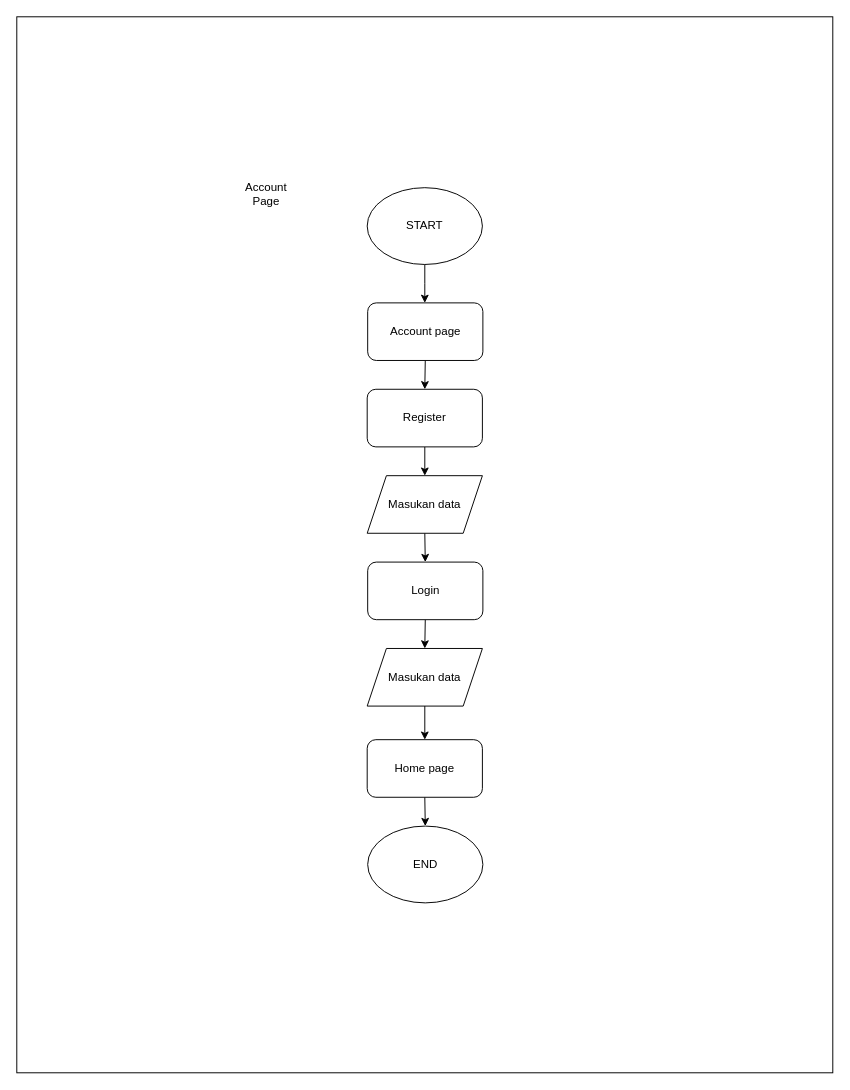
Before: page "pemilikAccount" (2 of 7) of Untitled Diagram.drawio in dekuwimasnto/KUMAPU, a draw.io diagram. Source tidied: cells renumbered, new cells numbered last; positions are measured from the earlier drawing's top-left corner, leaving out a move shared by most shapes. Both pictures are drawn from the tidied source at 96%, with x=0, y=0 at pixel (16, 16).
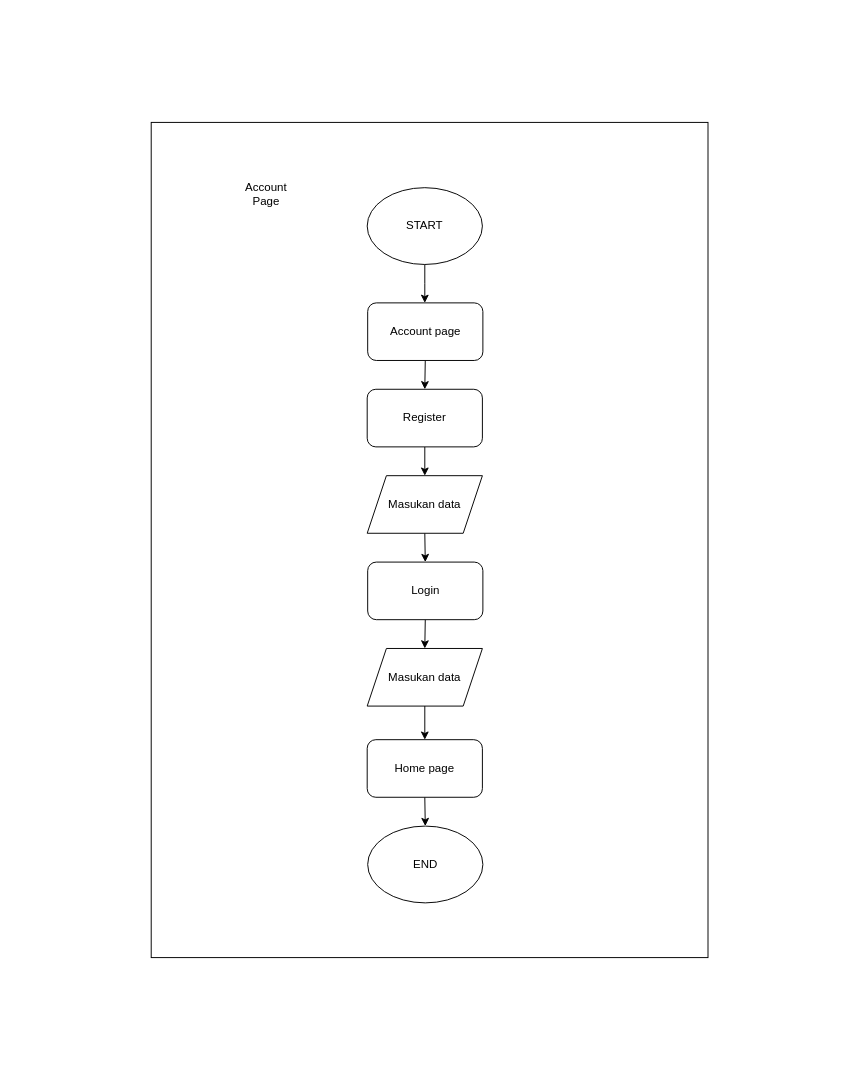
The same page after the edit.

Change to the diagram source:
```diff
@@
 <mxGraphModel>
   <root>
     <mxCell id="0" />
     <mxCell id="1" parent="0" />
-    <mxCell id="2" style="rounded=0;whiteSpace=wrap;html=1;" parent="1" vertex="1">
-      <mxGeometry width="850" height="1100" as="geometry" />
-    </mxCell>
+    <mxCell id="19" style="rounded=0;whiteSpace=wrap;html=1;" parent="1" vertex="1">
+      <mxGeometry x="140" y="110" width="580" height="870" as="geometry" />
+    </mxCell>
     <mxCell id="3" style="edgeStyle=orthogonalEdgeStyle;rounded=0;jettySize=auto;html=1;exitX=0.5;exitY=1;exitDx=0;exitDy=0;entryX=0.5;entryY=0;entryDx=0;entryDy=0;" parent="1" edge="1" source="4">
       <mxGeometry relative="1" as="geometry">
         <mxPoint x="425" y="298" as="targetPoint" />
       </mxGeometry>
     </mxCell>
     <mxCell id="4" value="START" style="ellipse;whiteSpace=wrap;html=1;" parent="1" vertex="1">
       <mxGeometry x="365" y="178" width="120" height="80" as="geometry" />
     </mxCell>
     <mxCell id="5" style="edgeStyle=orthogonalEdgeStyle;rounded=0;jettySize=auto;html=1;exitX=0.5;exitY=1;exitDx=0;exitDy=0;entryX=0.5;entryY=0;entryDx=0;entryDy=0;" parent="1" edge="1" source="6" target="10">
       <mxGeometry relative="1" as="geometry" />
     </mxCell>
     <mxCell id="6" value="Register" style="rounded=1;whiteSpace=wrap;html=1;" parent="1" vertex="1">
       <mxGeometry x="365" y="388" width="120" height="60" as="geometry" />
     </mxCell>
     <mxCell id="7" style="edgeStyle=orthogonalEdgeStyle;rounded=0;jettySize=auto;html=1;exitX=0.5;exitY=1;exitDx=0;exitDy=0;entryX=0.5;entryY=0;entryDx=0;entryDy=0;" parent="1" edge="1" source="8" target="6">
       <mxGeometry relative="1" as="geometry" />
     </mxCell>
     <mxCell id="8" value="Account page" style="rounded=1;whiteSpace=wrap;html=1;" parent="1" vertex="1">
       <mxGeometry x="365.5" y="298" width="120" height="60" as="geometry" />
     </mxCell>
     <mxCell id="9" style="edgeStyle=orthogonalEdgeStyle;rounded=0;jettySize=auto;html=1;exitX=0.5;exitY=1;exitDx=0;exitDy=0;entryX=0.5;entryY=0;entryDx=0;entryDy=0;" parent="1" edge="1" source="10" target="12">
       <mxGeometry relative="1" as="geometry" />
     </mxCell>
     <mxCell id="10" value="Masukan data" style="shape=parallelogram;perimeter=parallelogramPerimeter;whiteSpace=wrap;html=1;fixedSize=1;" parent="1" vertex="1">
       <mxGeometry x="365" y="478" width="120" height="60" as="geometry" />
     </mxCell>
     <mxCell id="11" style="edgeStyle=orthogonalEdgeStyle;rounded=0;jettySize=auto;html=1;exitX=0.5;exitY=1;exitDx=0;exitDy=0;entryX=0.5;entryY=0;entryDx=0;entryDy=0;" parent="1" edge="1" source="12" target="14">
       <mxGeometry relative="1" as="geometry" />
     </mxCell>
     <mxCell id="12" value="Login" style="rounded=1;whiteSpace=wrap;html=1;" parent="1" vertex="1">
       <mxGeometry x="365.5" y="568" width="120" height="60" as="geometry" />
     </mxCell>
     <mxCell id="13" style="edgeStyle=orthogonalEdgeStyle;rounded=0;jettySize=auto;html=1;exitX=0.5;exitY=1;exitDx=0;exitDy=0;entryX=0.5;entryY=0;entryDx=0;entryDy=0;" parent="1" edge="1" source="14" target="16">
       <mxGeometry relative="1" as="geometry" />
     </mxCell>
     <mxCell id="14" value="Masukan data" style="shape=parallelogram;perimeter=parallelogramPerimeter;whiteSpace=wrap;html=1;fixedSize=1;" parent="1" vertex="1">
       <mxGeometry x="365" y="658" width="120" height="60" as="geometry" />
     </mxCell>
     <mxCell id="15" style="edgeStyle=orthogonalEdgeStyle;rounded=0;jettySize=auto;html=1;exitX=0.5;exitY=1;exitDx=0;exitDy=0;entryX=0.5;entryY=0;entryDx=0;entryDy=0;" parent="1" edge="1" source="16" target="18">
       <mxGeometry relative="1" as="geometry" />
     </mxCell>
     <mxCell id="16" value="Home page" style="rounded=1;whiteSpace=wrap;html=1;" parent="1" vertex="1">
       <mxGeometry x="365" y="753" width="120" height="60" as="geometry" />
     </mxCell>
     <mxCell id="17" value="Account Page" style="text;html=1;strokeColor=none;fillColor=none;align=center;verticalAlign=middle;whiteSpace=wrap;rounded=0;" parent="1" vertex="1">
       <mxGeometry x="230" y="170" width="60" height="30" as="geometry" />
     </mxCell>
     <mxCell id="18" value="END" style="ellipse;whiteSpace=wrap;html=1;" parent="1" vertex="1">
       <mxGeometry x="365.5" y="843" width="120" height="80" as="geometry" />
     </mxCell>
   </root>
 </mxGraphModel>
```
